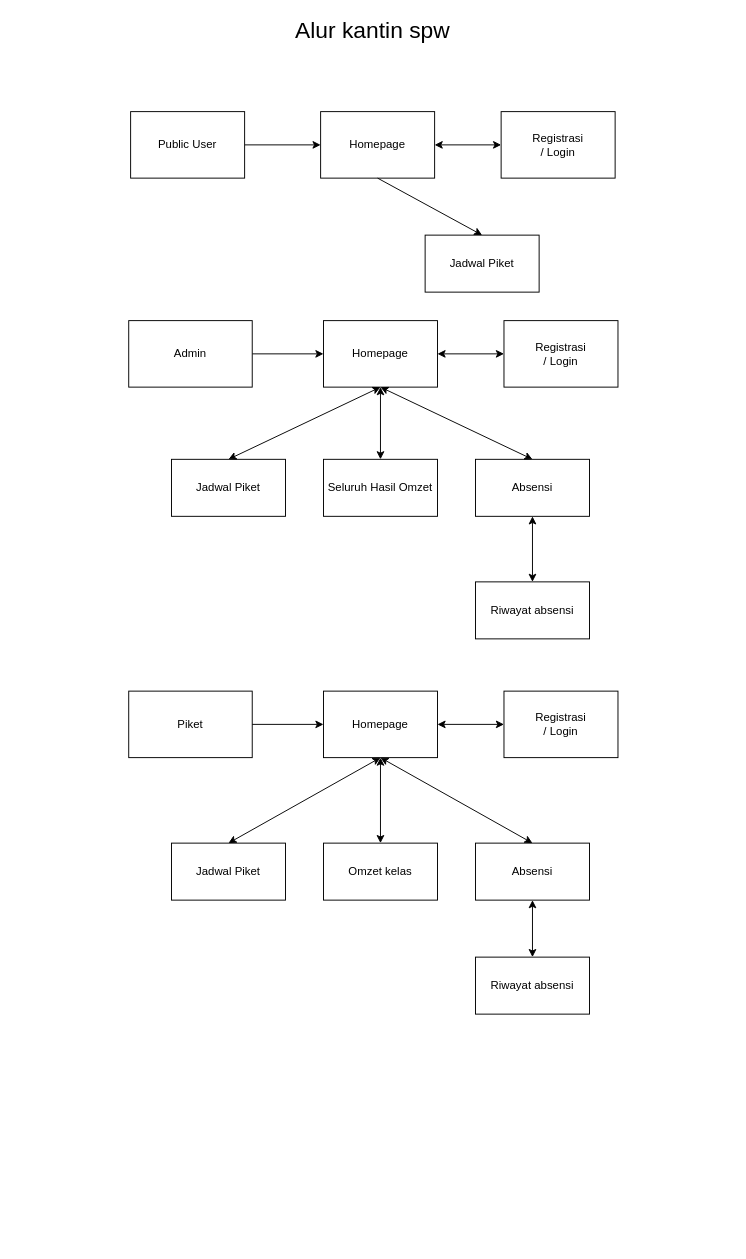
FahrulNa/alur keeps this draw.io diagram as alur-spw.drawio. Above is the earlier version. Source tidied: cells renumbered, new cells numbered last; positions are measured from the earlier drawing's top-left corner, leaving out a move shared by most shapes. Both pictures are drawn from the tidied source at 95%, with x=0, y=0 at pixel (128, 16).
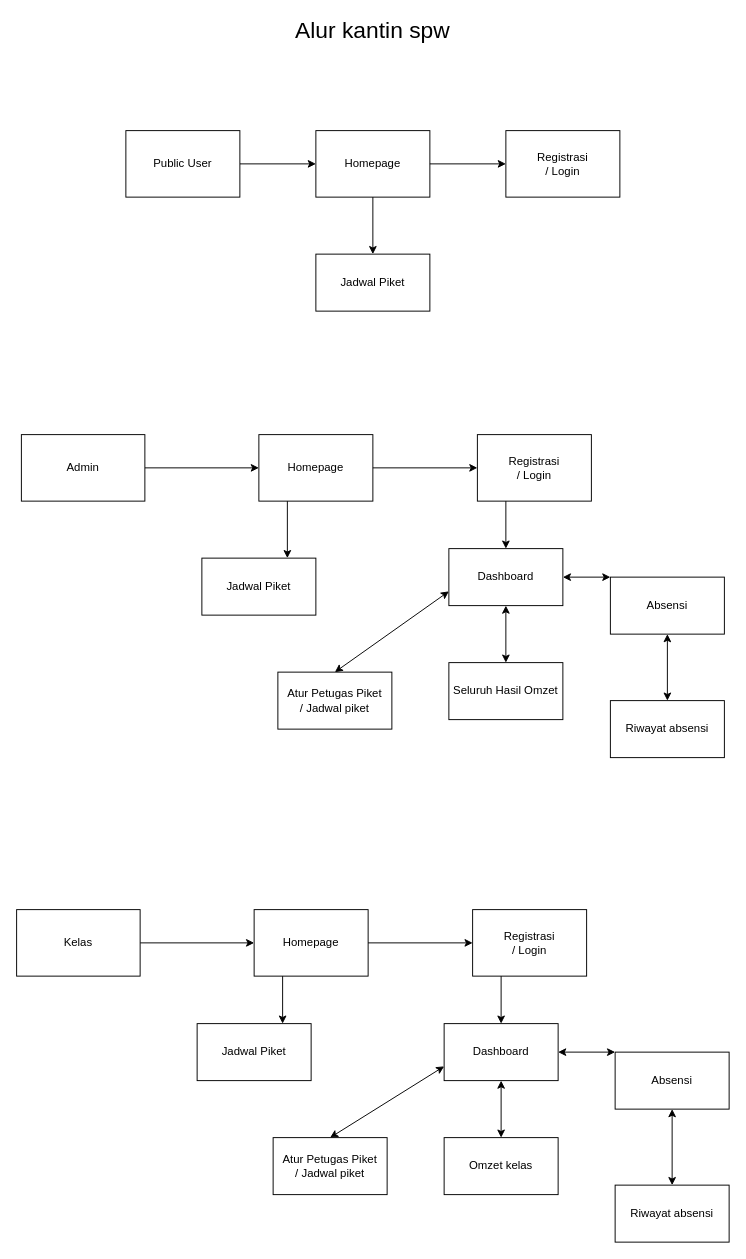
The same page after the edit.

What changed in the source:
```diff
@@
-    <mxCell id="3" style="group;" parent="1" vertex="1">
-      <mxGeometry y="710" width="515" height="340" as="geometry" />
-    </mxCell>
-    <mxCell id="4" value="Piket" style="rounded=0;whiteSpace=wrap;html=1;" parent="3" vertex="1">
-      <mxGeometry width="130" height="70" as="geometry" />
-    </mxCell>
-    <mxCell id="5" value="Homepage" style="rounded=0;whiteSpace=wrap;html=1;" parent="3" vertex="1">
-      <mxGeometry x="205" width="120" height="70" as="geometry" />
-    </mxCell>
-    <mxCell id="6" style="edgeStyle=orthogonalEdgeStyle;rounded=0;jettySize=auto;html=1;exitX=1;exitY=0.5;exitDx=0;exitDy=0;entryX=0;entryY=0.5;entryDx=0;entryDy=0;" parent="3" edge="1" source="4" target="5">
-      <mxGeometry relative="1" as="geometry" />
-    </mxCell>
-    <mxCell id="7" value="Registrasi&lt;div&gt;/ Login&lt;/div&gt;" style="rounded=0;whiteSpace=wrap;html=1;" parent="3" vertex="1">
-      <mxGeometry x="395" width="120" height="70" as="geometry" />
-    </mxCell>
-    <mxCell id="8" style="endArrow=classic;startArrow=classic;html=1;rounded=0;exitX=1;exitY=0.5;exitDx=0;exitDy=0;entryX=0;entryY=0.5;entryDx=0;entryDy=0;" parent="3" edge="1" source="5" target="7">
-      <mxGeometry relative="1" as="geometry" />
-    </mxCell>
-    <mxCell id="9" value="Jadwal Piket" style="rounded=0;whiteSpace=wrap;html=1;" parent="3" vertex="1">
-      <mxGeometry x="45" y="160" width="120" height="60" as="geometry" />
-    </mxCell>
-    <mxCell id="10" value="Omzet kelas" style="rounded=0;whiteSpace=wrap;html=1;" parent="3" vertex="1">
-      <mxGeometry x="205" y="160" width="120" height="60" as="geometry" />
-    </mxCell>
-    <mxCell id="11" value="Absensi" style="rounded=0;whiteSpace=wrap;html=1;" parent="3" vertex="1">
-      <mxGeometry x="365" y="160" width="120" height="60" as="geometry" />
-    </mxCell>
-    <mxCell id="12" style="endArrow=classic;startArrow=classic;html=1;rounded=0;entryX=0.5;entryY=0;entryDx=0;entryDy=0;exitX=0.5;exitY=1;exitDx=0;exitDy=0;" parent="3" edge="1" source="5" target="11">
-      <mxGeometry relative="1" as="geometry" />
-    </mxCell>
-    <mxCell id="13" style="endArrow=classic;startArrow=classic;html=1;rounded=0;exitX=0.5;exitY=1;exitDx=0;exitDy=0;entryX=0.5;entryY=0;entryDx=0;entryDy=0;" parent="3" edge="1" source="5" target="10">
-      <mxGeometry relative="1" as="geometry" />
-    </mxCell>
-    <mxCell id="14" style="endArrow=classic;startArrow=classic;html=1;rounded=0;exitX=0.5;exitY=1;exitDx=0;exitDy=0;entryX=0.5;entryY=0;entryDx=0;entryDy=0;" parent="3" edge="1" source="5" target="9">
-      <mxGeometry relative="1" as="geometry" />
-    </mxCell>
-    <mxCell id="15" value="Riwayat absensi" style="rounded=0;whiteSpace=wrap;html=1;" parent="3" vertex="1">
-      <mxGeometry x="365" y="280" width="120" height="60" as="geometry" />
-    </mxCell>
-    <mxCell id="16" style="endArrow=classic;startArrow=classic;html=1;rounded=0;entryX=0.5;entryY=1;entryDx=0;entryDy=0;exitX=0.5;exitY=0;exitDx=0;exitDy=0;" parent="3" edge="1" source="15" target="11">
-      <mxGeometry relative="1" as="geometry" />
-    </mxCell>
-    <mxCell id="17" style="group;" parent="1" vertex="1">
-      <mxGeometry x="2" y="100" width="510" height="190" as="geometry" />
-    </mxCell>
+    <mxCell id="39" style="group;" parent="1" vertex="1">
+      <mxGeometry x="-3" y="120" width="520" height="190" as="geometry" />
+    </mxCell>
-    <mxCell id="18" style="edgeStyle=orthogonalEdgeStyle;rounded=0;jettySize=auto;html=1;" parent="17" edge="1" source="19" target="20">
+    <mxCell id="18" style="edgeStyle=orthogonalEdgeStyle;rounded=0;jettySize=auto;html=1;" parent="39" edge="1" source="19" target="20">
       <mxGeometry relative="1" as="geometry" />
     </mxCell>
-    <mxCell id="19" value="Public User" style="rounded=0;whiteSpace=wrap;html=1;" parent="17" vertex="1">
+    <mxCell id="19" value="Public User" style="rounded=0;whiteSpace=wrap;html=1;" parent="39" vertex="1">
       <mxGeometry width="120" height="70" as="geometry" />
     </mxCell>
-    <mxCell id="20" value="Homepage" style="rounded=0;whiteSpace=wrap;html=1;" parent="17" vertex="1">
+    <mxCell id="20" value="Homepage" style="rounded=0;whiteSpace=wrap;html=1;" parent="39" vertex="1">
       <mxGeometry x="200" width="120" height="70" as="geometry" />
     </mxCell>
-    <mxCell id="21" value="Registrasi&lt;div&gt;/ Login&lt;/div&gt;" style="rounded=0;whiteSpace=wrap;html=1;" parent="17" vertex="1">
-      <mxGeometry x="390" width="120" height="70" as="geometry" />
+    <mxCell id="21" value="Registrasi&lt;div&gt;/ Login&lt;/div&gt;" style="rounded=0;whiteSpace=wrap;html=1;" parent="39" vertex="1">
+      <mxGeometry x="400" width="120" height="70" as="geometry" />
     </mxCell>
-    <mxCell id="22" value="Jadwal Piket" style="rounded=0;whiteSpace=wrap;html=1;" parent="17" vertex="1">
-      <mxGeometry x="310" y="130" width="120" height="60" as="geometry" />
+    <mxCell id="22" value="Jadwal Piket" style="rounded=0;whiteSpace=wrap;html=1;" parent="39" vertex="1">
+      <mxGeometry x="200" y="130" width="120" height="60" as="geometry" />
     </mxCell>
+    <mxCell id="24" style="edgeStyle=orthogonalEdgeStyle;rounded=0;jettySize=auto;html=1;entryX=0;entryY=0.5;entryDx=0;entryDy=0;exitX=1;exitY=0.5;exitDx=0;exitDy=0;" parent="39" edge="1" source="20" target="21">
+      <mxGeometry relative="1" as="geometry" />
+    </mxCell>
-    <mxCell id="23" style="endArrow=classic;html=1;rounded=0;exitX=0.5;exitY=1;exitDx=0;exitDy=0;entryX=0.5;entryY=0;entryDx=0;entryDy=0;" parent="17" edge="1" source="20" target="22">
+    <mxCell id="23" style="endArrow=classic;html=1;rounded=0;exitX=0.5;exitY=1;exitDx=0;exitDy=0;entryX=0.5;entryY=0;entryDx=0;entryDy=0;" parent="39" edge="1" source="20" target="22">
       <mxGeometry relative="1" as="geometry" />
     </mxCell>
-    <mxCell id="24" style="endArrow=classic;startArrow=classic;html=1;rounded=0;exitX=1;exitY=0.5;exitDx=0;exitDy=0;entryX=0;entryY=0.5;entryDx=0;entryDy=0;" parent="17" edge="1" source="20" target="21">
-      <mxGeometry relative="1" as="geometry" />
-    </mxCell>
-    <mxCell id="25" style="group;" parent="1" vertex="1">
-      <mxGeometry y="320" width="515" height="335" as="geometry" />
-    </mxCell>
+    <mxCell id="40" style="group;" parent="1" vertex="1">
+      <mxGeometry x="-113" y="440" width="740" height="340" as="geometry" />
+    </mxCell>
-    <mxCell id="26" style="edgeStyle=orthogonalEdgeStyle;rounded=0;jettySize=auto;html=1;" parent="25" edge="1" source="27" target="28">
+    <mxCell id="26" style="edgeStyle=orthogonalEdgeStyle;rounded=0;jettySize=auto;html=1;" parent="40" edge="1" source="27" target="28">
       <mxGeometry relative="1" as="geometry" />
     </mxCell>
-    <mxCell id="27" value="Admin" style="rounded=0;whiteSpace=wrap;html=1;" parent="25" vertex="1">
+    <mxCell id="27" value="Admin" style="rounded=0;whiteSpace=wrap;html=1;" parent="40" vertex="1">
       <mxGeometry width="130" height="70" as="geometry" />
     </mxCell>
-    <mxCell id="28" value="Homepage" style="rounded=0;whiteSpace=wrap;html=1;" parent="25" vertex="1">
-      <mxGeometry x="205" width="120" height="70" as="geometry" />
+    <mxCell id="28" value="Homepage" style="rounded=0;whiteSpace=wrap;html=1;" parent="40" vertex="1">
+      <mxGeometry x="250" width="120" height="70" as="geometry" />
     </mxCell>
-    <mxCell id="29" value="Registrasi&lt;div&gt;/ Login&lt;/div&gt;" style="rounded=0;whiteSpace=wrap;html=1;" parent="25" vertex="1">
-      <mxGeometry x="395" width="120" height="70" as="geometry" />
+    <mxCell id="29" value="Registrasi&lt;div&gt;/ Login&lt;/div&gt;" style="rounded=0;whiteSpace=wrap;html=1;" parent="40" vertex="1">
+      <mxGeometry x="480" width="120" height="70" as="geometry" />
     </mxCell>
-    <mxCell id="30" style="endArrow=classic;startArrow=classic;html=1;rounded=0;exitX=1;exitY=0.5;exitDx=0;exitDy=0;entryX=0;entryY=0.5;entryDx=0;entryDy=0;" parent="25" edge="1" source="28" target="29">
-      <mxGeometry relative="1" as="geometry" />
-    </mxCell>
-    <mxCell id="31" value="Jadwal Piket" style="rounded=0;whiteSpace=wrap;html=1;" parent="25" vertex="1">
-      <mxGeometry x="45" y="146" width="120" height="60" as="geometry" />
+    <mxCell id="31" value="Jadwal Piket" style="rounded=0;whiteSpace=wrap;html=1;" parent="40" vertex="1">
+      <mxGeometry x="190" y="130" width="120" height="60" as="geometry" />
     </mxCell>
-    <mxCell id="32" value="Seluruh Hasil Omzet" style="rounded=0;whiteSpace=wrap;html=1;" parent="25" vertex="1">
-      <mxGeometry x="205" y="146" width="120" height="60" as="geometry" />
+    <mxCell id="32" value="Seluruh Hasil Omzet" style="rounded=0;whiteSpace=wrap;html=1;" parent="40" vertex="1">
+      <mxGeometry x="450" y="240" width="120" height="60" as="geometry" />
     </mxCell>
-    <mxCell id="33" value="Absensi" style="rounded=0;whiteSpace=wrap;html=1;" parent="25" vertex="1">
-      <mxGeometry x="365" y="146" width="120" height="60" as="geometry" />
+    <mxCell id="33" value="Absensi" style="rounded=0;whiteSpace=wrap;html=1;" parent="40" vertex="1">
+      <mxGeometry x="620" y="150" width="120" height="60" as="geometry" />
     </mxCell>
-    <mxCell id="34" style="endArrow=classic;startArrow=classic;html=1;rounded=0;exitX=0.5;exitY=1;exitDx=0;exitDy=0;entryX=0.5;entryY=0;entryDx=0;entryDy=0;" parent="25" edge="1" source="28" target="32">
-      <mxGeometry relative="1" as="geometry" />
-    </mxCell>
-    <mxCell id="35" style="endArrow=classic;startArrow=classic;html=1;rounded=0;entryX=0.5;entryY=0;entryDx=0;entryDy=0;exitX=0.5;exitY=1;exitDx=0;exitDy=0;" parent="25" edge="1" source="28" target="33">
-      <mxGeometry relative="1" as="geometry" />
-    </mxCell>
+    <mxCell id="37" value="Riwayat absensi" style="rounded=0;whiteSpace=wrap;html=1;" parent="40" vertex="1">
+      <mxGeometry x="620" y="280" width="120" height="60" as="geometry" />
+    </mxCell>
+    <mxCell id="30" style="edgeStyle=orthogonalEdgeStyle;rounded=0;jettySize=auto;html=1;entryX=0;entryY=0.5;entryDx=0;entryDy=0;exitX=1;exitY=0.5;exitDx=0;exitDy=0;" parent="40" edge="1" source="28" target="29">
+      <mxGeometry relative="1" as="geometry" />
+    </mxCell>
-    <mxCell id="36" style="endArrow=classic;startArrow=classic;html=1;rounded=0;exitX=0.5;exitY=1;exitDx=0;exitDy=0;entryX=0.5;entryY=0;entryDx=0;entryDy=0;" parent="25" edge="1" source="28" target="31">
+    <mxCell id="36" style="endArrow=classic;html=1;rounded=0;exitX=0.25;exitY=1;exitDx=0;exitDy=0;entryX=0.75;entryY=0;entryDx=0;entryDy=0;" parent="40" edge="1" source="28" target="31">
       <mxGeometry relative="1" as="geometry" />
     </mxCell>
-    <mxCell id="37" value="Riwayat absensi" style="rounded=0;whiteSpace=wrap;html=1;" parent="25" vertex="1">
-      <mxGeometry x="365" y="275" width="120" height="60" as="geometry" />
-    </mxCell>
-    <mxCell id="38" style="endArrow=classic;startArrow=classic;html=1;rounded=0;entryX=0.5;entryY=0;entryDx=0;entryDy=0;exitX=0.5;exitY=1;exitDx=0;exitDy=0;" parent="25" edge="1" source="33" target="37">
-      <mxGeometry relative="1" as="geometry" />
-    </mxCell>
+    <mxCell id="41" value="Dashboard" style="rounded=0;whiteSpace=wrap;html=1;" parent="40" vertex="1">
+      <mxGeometry x="450" y="120" width="120" height="60" as="geometry" />
+    </mxCell>
+    <mxCell id="42" style="endArrow=classic;html=1;rounded=0;exitX=0.25;exitY=1;exitDx=0;exitDy=0;entryX=0.5;entryY=0;entryDx=0;entryDy=0;" parent="40" edge="1" source="29" target="41">
+      <mxGeometry relative="1" as="geometry" />
+    </mxCell>
+    <mxCell id="43" style="endArrow=classic;startArrow=classic;html=1;rounded=0;exitX=0.5;exitY=0;exitDx=0;exitDy=0;entryX=0.5;entryY=1;entryDx=0;entryDy=0;" parent="40" edge="1" source="32" target="41">
+      <mxGeometry relative="1" as="geometry" />
+    </mxCell>
+    <mxCell id="44" style="endArrow=classic;startArrow=classic;html=1;rounded=0;entryX=1;entryY=0.5;entryDx=0;entryDy=0;exitX=0;exitY=0;exitDx=0;exitDy=0;" parent="40" edge="1" source="33" target="41">
+      <mxGeometry relative="1" as="geometry" />
+    </mxCell>
+    <mxCell id="45" style="endArrow=classic;startArrow=classic;html=1;rounded=0;entryX=0.5;entryY=1;entryDx=0;entryDy=0;exitX=0.5;exitY=0;exitDx=0;exitDy=0;" parent="40" edge="1" source="37" target="33">
+      <mxGeometry relative="1" as="geometry" />
+    </mxCell>
+    <mxCell id="46" style="endArrow=classic;startArrow=classic;html=1;rounded=0;entryX=0;entryY=0.75;entryDx=0;entryDy=0;exitX=0.5;exitY=0;exitDx=0;exitDy=0;" parent="40" edge="1" source="47" target="41">
+      <mxGeometry relative="1" as="geometry" />
+    </mxCell>
+    <mxCell id="47" value="Atur Petugas Piket&lt;div&gt;/ Jadwal piket&lt;/div&gt;" style="rounded=0;whiteSpace=wrap;html=1;" parent="40" vertex="1">
+      <mxGeometry x="270" y="250" width="120" height="60" as="geometry" />
+    </mxCell>
+    <mxCell id="48" style="group;" parent="1" vertex="1">
+      <mxGeometry x="-118" y="940" width="750" height="350" as="geometry" />
+    </mxCell>
+    <mxCell id="49" style="edgeStyle=orthogonalEdgeStyle;rounded=0;jettySize=auto;html=1;" parent="48" edge="1" source="50" target="5">
+      <mxGeometry relative="1" as="geometry" />
+    </mxCell>
+    <mxCell id="50" value="Kelas" style="rounded=0;whiteSpace=wrap;html=1;" parent="48" vertex="1">
+      <mxGeometry width="130" height="70" as="geometry" />
+    </mxCell>
+    <mxCell id="5" value="Homepage" style="rounded=0;whiteSpace=wrap;html=1;" parent="48" vertex="1">
+      <mxGeometry x="250" width="120" height="70" as="geometry" />
+    </mxCell>
+    <mxCell id="7" value="Registrasi&lt;div&gt;/ Login&lt;/div&gt;" style="rounded=0;whiteSpace=wrap;html=1;" parent="48" vertex="1">
+      <mxGeometry x="480" width="120" height="70" as="geometry" />
+    </mxCell>
+    <mxCell id="9" value="Jadwal Piket" style="rounded=0;whiteSpace=wrap;html=1;" parent="48" vertex="1">
+      <mxGeometry x="190" y="120" width="120" height="60" as="geometry" />
+    </mxCell>
+    <mxCell id="10" value="Omzet kelas" style="rounded=0;whiteSpace=wrap;html=1;" parent="48" vertex="1">
+      <mxGeometry x="450" y="240" width="120" height="60" as="geometry" />
+    </mxCell>
+    <mxCell id="11" value="Absensi" style="rounded=0;whiteSpace=wrap;html=1;" parent="48" vertex="1">
+      <mxGeometry x="630" y="150" width="120" height="60" as="geometry" />
+    </mxCell>
+    <mxCell id="15" value="Riwayat absensi" style="rounded=0;whiteSpace=wrap;html=1;" parent="48" vertex="1">
+      <mxGeometry x="630" y="290" width="120" height="60" as="geometry" />
+    </mxCell>
+    <mxCell id="8" style="edgeStyle=orthogonalEdgeStyle;rounded=0;jettySize=auto;html=1;entryX=0;entryY=0.5;entryDx=0;entryDy=0;exitX=1;exitY=0.5;exitDx=0;exitDy=0;" parent="48" edge="1" source="5" target="7">
+      <mxGeometry relative="1" as="geometry" />
+    </mxCell>
+    <mxCell id="14" style="endArrow=classic;html=1;rounded=0;exitX=0.25;exitY=1;exitDx=0;exitDy=0;entryX=0.75;entryY=0;entryDx=0;entryDy=0;" parent="48" edge="1" source="5" target="9">
+      <mxGeometry relative="1" as="geometry" />
+    </mxCell>
+    <mxCell id="51" value="Dashboard" style="rounded=0;whiteSpace=wrap;html=1;" parent="48" vertex="1">
+      <mxGeometry x="450" y="120" width="120" height="60" as="geometry" />
+    </mxCell>
+    <mxCell id="52" style="endArrow=classic;html=1;rounded=0;exitX=0.25;exitY=1;exitDx=0;exitDy=0;entryX=0.5;entryY=0;entryDx=0;entryDy=0;" parent="48" edge="1" source="7" target="51">
+      <mxGeometry relative="1" as="geometry" />
+    </mxCell>
+    <mxCell id="53" style="endArrow=classic;startArrow=classic;html=1;rounded=0;exitX=0.5;exitY=0;exitDx=0;exitDy=0;entryX=0.5;entryY=1;entryDx=0;entryDy=0;" parent="48" edge="1" source="10" target="51">
+      <mxGeometry relative="1" as="geometry" />
+    </mxCell>
+    <mxCell id="54" style="endArrow=classic;startArrow=classic;html=1;rounded=0;entryX=1;entryY=0.5;entryDx=0;entryDy=0;exitX=0;exitY=0;exitDx=0;exitDy=0;" parent="48" edge="1" source="11" target="51">
+      <mxGeometry relative="1" as="geometry" />
+    </mxCell>
+    <mxCell id="16" style="endArrow=classic;startArrow=classic;html=1;rounded=0;entryX=0.5;entryY=1;entryDx=0;entryDy=0;exitX=0.5;exitY=0;exitDx=0;exitDy=0;" parent="48" edge="1" source="15" target="11">
+      <mxGeometry relative="1" as="geometry" />
+    </mxCell>
+    <mxCell id="55" style="endArrow=classic;startArrow=classic;html=1;rounded=0;entryX=0;entryY=0.75;entryDx=0;entryDy=0;exitX=0.5;exitY=0;exitDx=0;exitDy=0;" parent="48" edge="1" source="56" target="51">
+      <mxGeometry relative="1" as="geometry" />
+    </mxCell>
+    <mxCell id="56" value="Atur Petugas Piket&lt;div&gt;/ Jadwal piket&lt;/div&gt;" style="rounded=0;whiteSpace=wrap;html=1;" parent="48" vertex="1">
+      <mxGeometry x="270" y="240" width="120" height="60" as="geometry" />
+    </mxCell>
```
